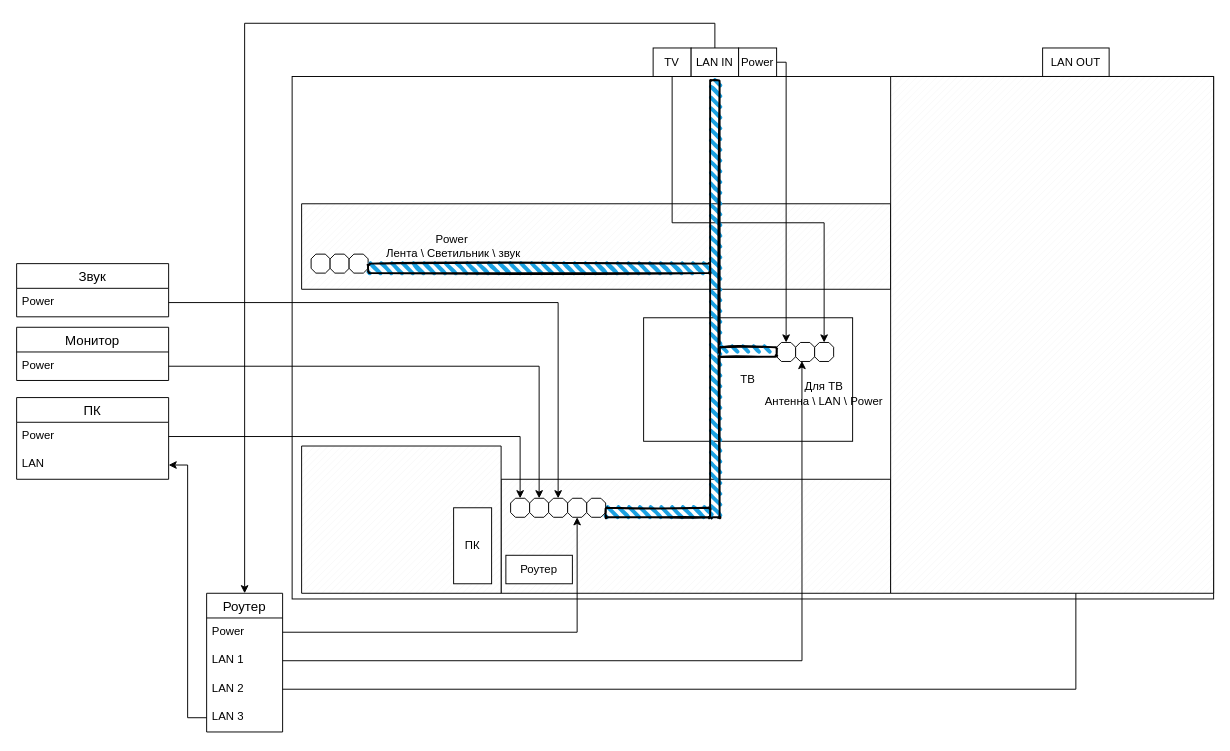
Earlier version of the draw.io diagram светэлектро.drawio (KeplerXIII/study_default). Source tidied: cells renumbered, new cells numbered last; positions are measured from the earlier drawing's top-left corner, leaving out a move shared by most shapes. Both pictures are drawn from the tidied source at 95%, with x=0, y=0 at pixel (16, 23).
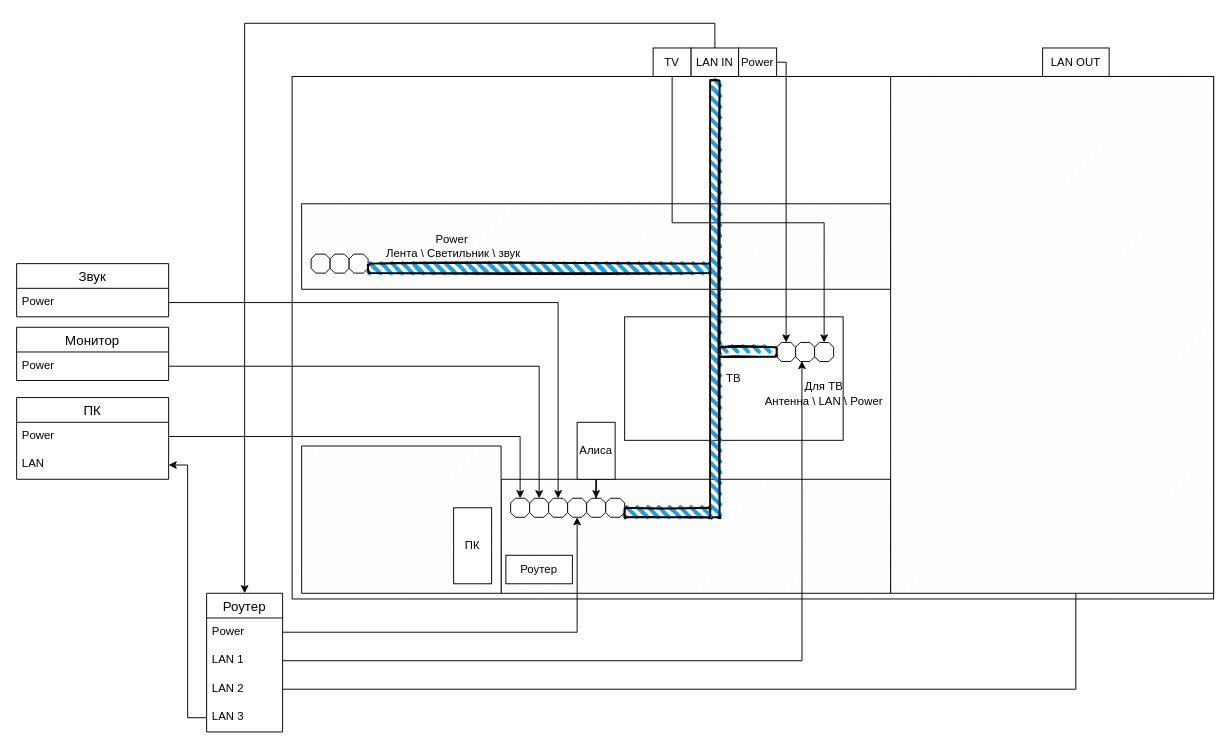
After the change.

What changed in the source:
```diff
@@
     <mxCell id="5" value="ТВ" style="whiteSpace=wrap;html=1;align=center;" parent="1" vertex="1">
-      <mxGeometry x="660" y="310" width="220" height="130" as="geometry" />
+      <mxGeometry x="640" y="309" width="230" height="130" as="geometry" />
     </mxCell>
@@
     <mxCell id="12" style="verticalLabelPosition=bottom;verticalAlign=top;html=1;shape=mxgraph.basic.polygon;polyCoords=[[0.25,0],[0.75,0],[1,0.25],[1,0.75],[0.75,1],[0.25,1],[0,0.75],[0,0.25]];polyline=0;" parent="1" vertex="1">
-      <mxGeometry x="600" y="500" width="20" height="20" as="geometry" />
+      <mxGeometry x="620" y="500" width="20" height="20" as="geometry" />
     </mxCell>
@@
     <mxCell id="49" style="rounded=1;whiteSpace=wrap;html=1;strokeWidth=2;fillWeight=4;hachureGap=8;hachureAngle=45;fillColor=#1ba1e2;sketch=1;" parent="1" vertex="1">
-      <mxGeometry x="620" y="510" width="110" height="10" as="geometry" />
+      <mxGeometry x="640" y="510" width="90" height="10" as="geometry" />
     </mxCell>
@@
+    <mxCell id="53" style="verticalLabelPosition=bottom;verticalAlign=top;html=1;shape=mxgraph.basic.polygon;polyCoords=[[0.25,0],[0.75,0],[1,0.25],[1,0.75],[0.75,1],[0.25,1],[0,0.75],[0,0.25]];polyline=0;" parent="1" vertex="1">
+      <mxGeometry x="600" y="500" width="20" height="20" as="geometry" />
+    </mxCell>
+    <mxCell id="54" style="edgeStyle=orthogonalEdgeStyle;rounded=0;jettySize=auto;html=1;" parent="1" edge="1" source="55" target="53">
+      <mxGeometry relative="1" as="geometry" />
+    </mxCell>
+    <mxCell id="55" value="Алиса" style="whiteSpace=wrap;html=1;align=center;" parent="1" vertex="1">
+      <mxGeometry x="590" y="420" width="40" height="60" as="geometry" />
+    </mxCell>
```
